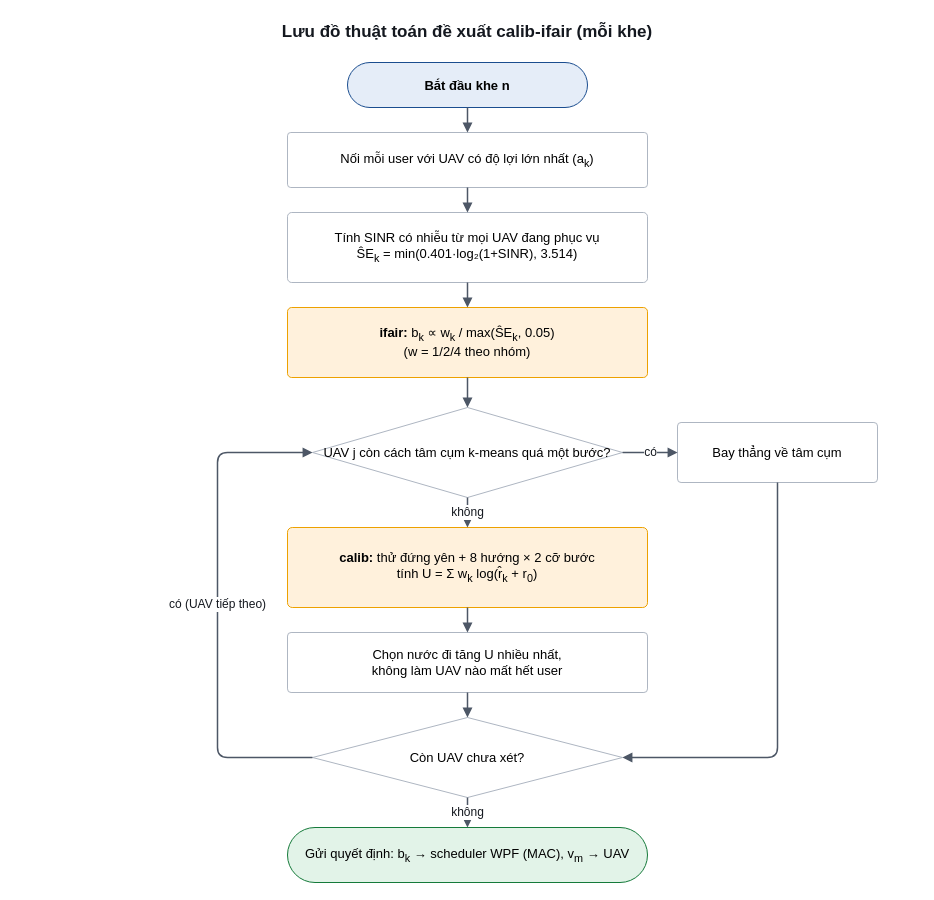
This is docs/figures/calib_ifair.drawio from vietdai-bk/N44_2026_LTM_038_056, a draw.io file, before an edit. Source tidied: cells renumbered, new cells numbered last; positions are measured from the earlier drawing's top-left corner, leaving out a move shared by most shapes. Both pictures are drawn from the tidied source at 100%, with x=0, y=0 at pixel (17, 17).
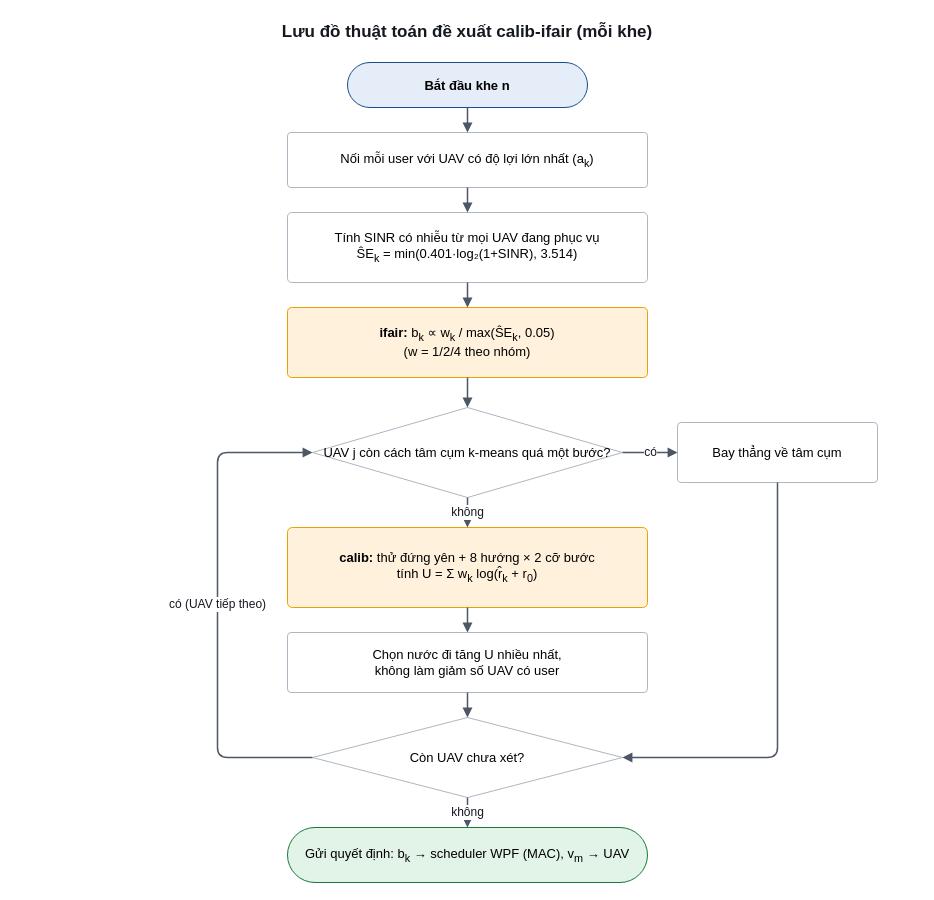
The same diagram, later.

Commit message (it also covers changes not shown here):
Align calib utility with ifair allocation; fix claims in docs and slides

Diff of the diagram source:
```diff
@@
-    <mxCell id="10" value="Chọn nước đi tăng U nhiều nhất,&lt;br&gt;không làm UAV nào mất hết user" style="rounded=1;arcSize=6;whiteSpace=wrap;html=1;fillColor=#ffffff;strokeColor=#aeb6c2;fontFamily=Helvetica;fontSize=13;" parent="1" vertex="1">
+    <mxCell id="10" value="Chọn nước đi tăng U nhiều nhất,&lt;br&gt;không làm giảm số UAV có user" style="rounded=1;arcSize=6;whiteSpace=wrap;html=1;fillColor=#ffffff;strokeColor=#aeb6c2;fontFamily=Helvetica;fontSize=13;" parent="1" vertex="1">
       <mxGeometry x="270" y="615" width="360" height="60" as="geometry" />
     </mxCell>
```
